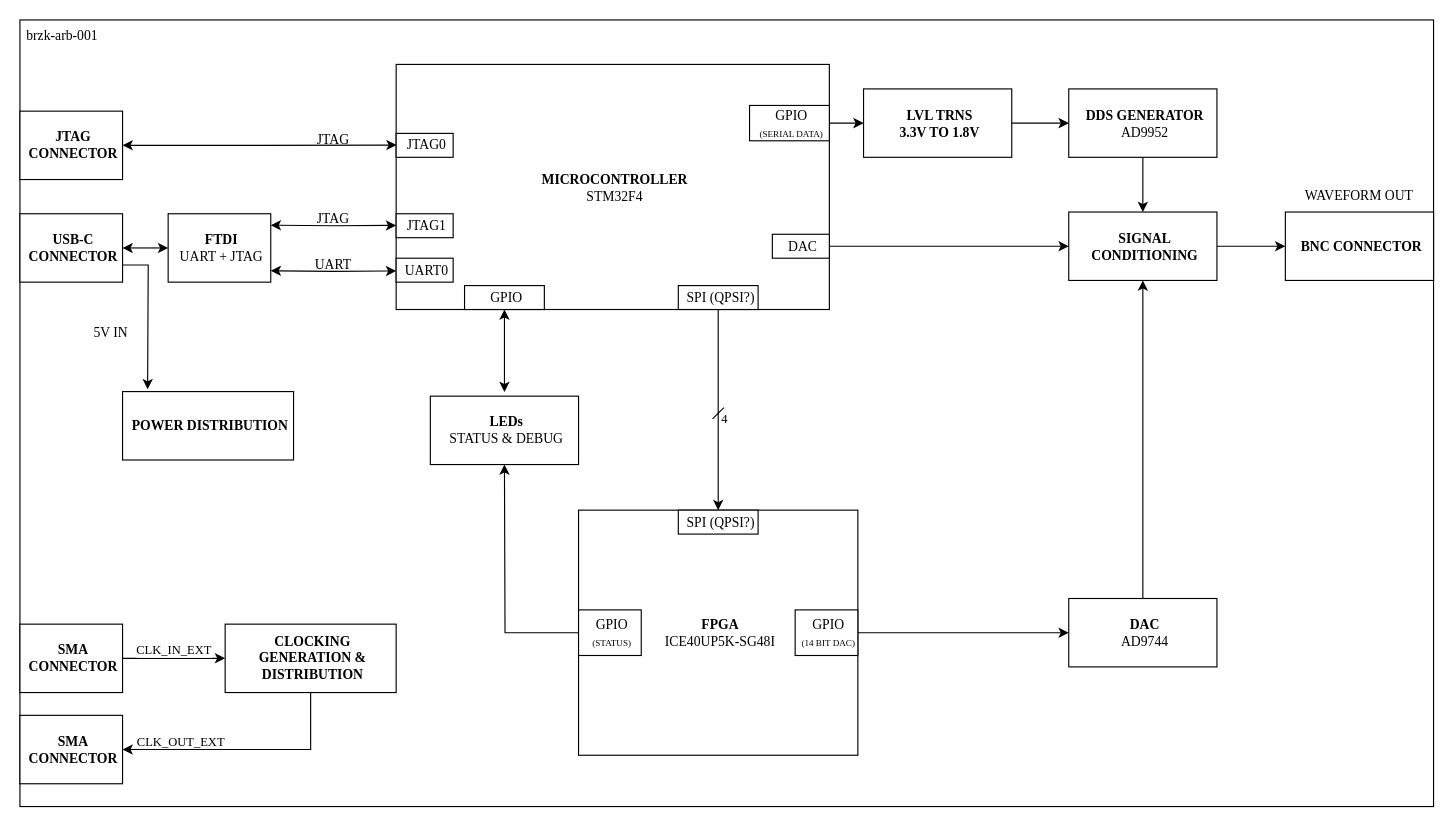
brzyzek/arb keeps this draw.io diagram as page "Hardware Overview" (1 of 4) of 1_hw/01_block_diagram/arb.drawio. Above is the earlier version. Source tidied: cells renumbered, new cells numbered last; positions are measured from the earlier drawing's top-left corner, leaving out a move shared by most shapes. Both pictures are drawn from the tidied source at 114%, with x=0, y=0 at pixel (19, 19).
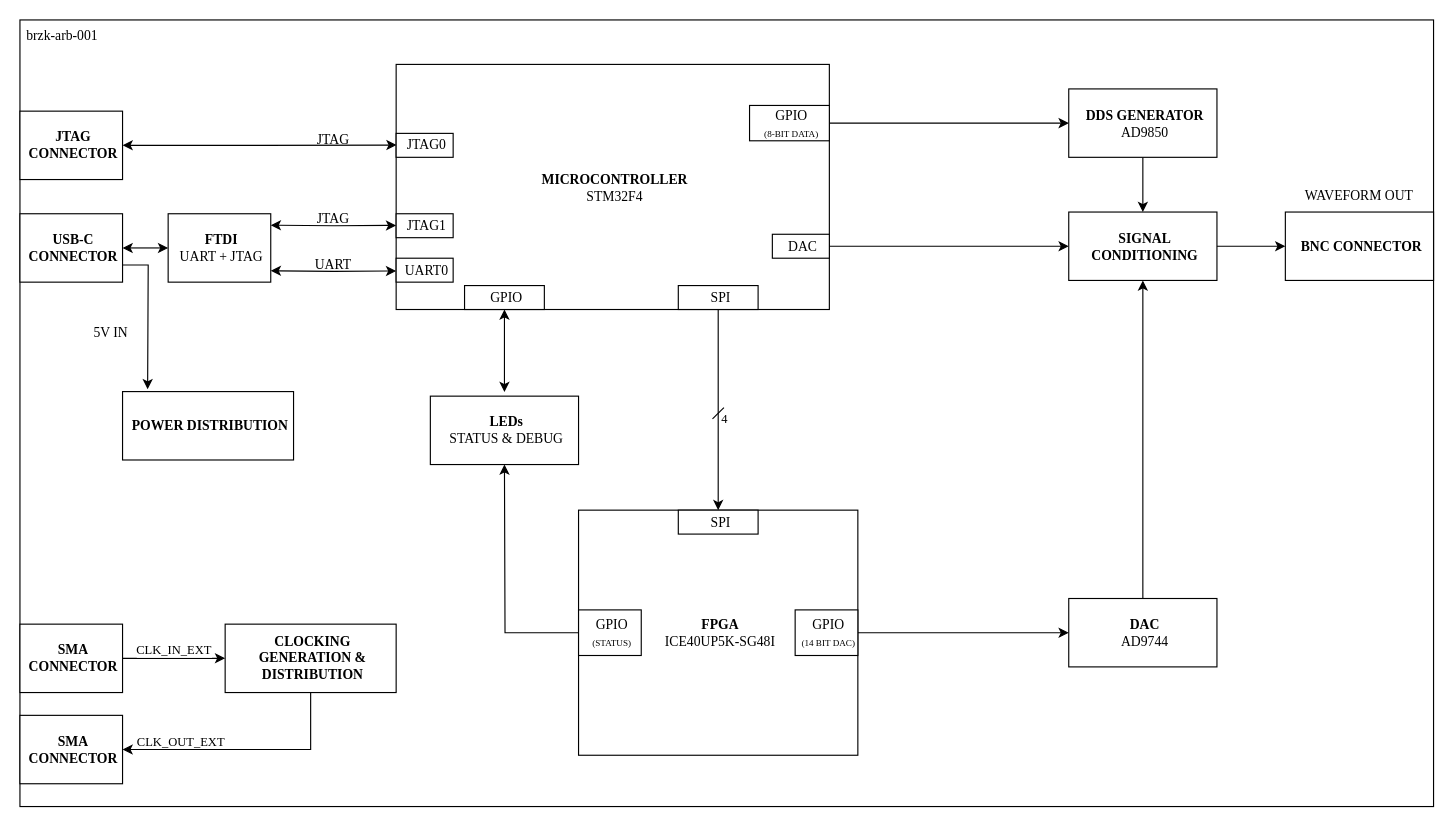
The same diagram, later.

What changed in the source:
```diff
@@
-    <mxCell id="36" value="SPI (QPSI?)" style="rounded=0;whiteSpace=wrap;html=1;align=center;verticalAlign=middle;labelPosition=center;verticalLabelPosition=middle;spacing=2;spacingLeft=4;fontFamily=Times New Roman;fontStyle=0;fontSize=12;" parent="1" vertex="1">
+    <mxCell id="36" value="SPI" style="rounded=0;whiteSpace=wrap;html=1;align=center;verticalAlign=middle;labelPosition=center;verticalLabelPosition=middle;spacing=2;spacingLeft=4;fontFamily=Times New Roman;fontStyle=0;fontSize=12;" parent="1" vertex="1">
       <mxGeometry x="577.5" y="233" width="70" height="21" as="geometry" />
     </mxCell>
-    <mxCell id="37" value="SPI (QPSI?)" style="rounded=0;whiteSpace=wrap;html=1;align=center;verticalAlign=middle;labelPosition=center;verticalLabelPosition=middle;spacing=2;spacingLeft=4;fontFamily=Times New Roman;fontStyle=0;fontSize=12;" parent="1" vertex="1">
+    <mxCell id="37" value="SPI" style="rounded=0;whiteSpace=wrap;html=1;align=center;verticalAlign=middle;labelPosition=center;verticalLabelPosition=middle;spacing=2;spacingLeft=4;fontFamily=Times New Roman;fontStyle=0;fontSize=12;" parent="1" vertex="1">
       <mxGeometry x="577.5" y="430" width="70" height="21" as="geometry" />
     </mxCell>
@@
-    <mxCell id="43" value="&lt;b&gt;DDS GENERATOR&lt;/b&gt;&lt;div&gt;AD9952&lt;/div&gt;" style="rounded=0;whiteSpace=wrap;html=1;align=center;verticalAlign=middle;labelPosition=center;verticalLabelPosition=middle;spacing=2;spacingLeft=4;fontFamily=Times New Roman;" parent="1" vertex="1">
+    <mxCell id="43" value="&lt;b&gt;DDS GENERATOR&lt;/b&gt;&lt;div&gt;AD9850&lt;/div&gt;" style="rounded=0;whiteSpace=wrap;html=1;align=center;verticalAlign=middle;labelPosition=center;verticalLabelPosition=middle;spacing=2;spacingLeft=4;fontFamily=Times New Roman;" parent="1" vertex="1">
       <mxGeometry x="920" y="60.5" width="130" height="60" as="geometry" />
     </mxCell>
-    <mxCell id="44" style="edgeStyle=orthogonalEdgeStyle;rounded=0;jettySize=auto;html=1;" parent="1" edge="1" source="45" target="53">
+    <mxCell id="44" style="edgeStyle=orthogonalEdgeStyle;rounded=0;jettySize=auto;html=1;entryX=0;entryY=0.5;entryDx=0;entryDy=0;" parent="1" edge="1" source="45" target="43">
       <mxGeometry relative="1" as="geometry" />
     </mxCell>
-    <mxCell id="45" value="&lt;font style=&quot;&quot;&gt;&lt;span style=&quot;font-size: 12px;&quot;&gt;GPIO &lt;br&gt;&lt;/span&gt;&lt;font style=&quot;font-size: 8px;&quot;&gt;(SERIAL DATA)&lt;/font&gt;&lt;br style=&quot;font-size: 12px;&quot;&gt;&lt;/font&gt;" style="rounded=0;whiteSpace=wrap;html=1;align=center;verticalAlign=middle;labelPosition=center;verticalLabelPosition=middle;spacing=2;spacingLeft=4;fontFamily=Times New Roman;fontStyle=0;fontSize=12;" parent="1" vertex="1">
+    <mxCell id="45" value="&lt;font style=&quot;&quot;&gt;&lt;span style=&quot;font-size: 12px;&quot;&gt;GPIO &lt;br&gt;&lt;/span&gt;&lt;font style=&quot;font-size: 8px;&quot;&gt;(8-BIT DATA)&lt;/font&gt;&lt;br style=&quot;font-size: 12px;&quot;&gt;&lt;/font&gt;" style="rounded=0;whiteSpace=wrap;html=1;align=center;verticalAlign=middle;labelPosition=center;verticalLabelPosition=middle;spacing=2;spacingLeft=4;fontFamily=Times New Roman;fontStyle=0;fontSize=12;" parent="1" vertex="1">
       <mxGeometry x="640" y="75" width="70" height="31" as="geometry" />
     </mxCell>
@@
-    <mxCell id="52" style="edgeStyle=orthogonalEdgeStyle;rounded=0;jettySize=auto;html=1;" parent="1" edge="1" source="53" target="43">
-      <mxGeometry relative="1" as="geometry" />
-    </mxCell>
-    <mxCell id="53" value="&lt;b&gt;LVL TRNS&lt;/b&gt;&lt;div&gt;&lt;b&gt;3.3V TO 1.8V&lt;/b&gt;&lt;/div&gt;" style="rounded=0;whiteSpace=wrap;html=1;align=center;verticalAlign=middle;labelPosition=center;verticalLabelPosition=middle;spacing=2;spacingLeft=4;fontFamily=Times New Roman;" parent="1" vertex="1">
-      <mxGeometry x="740" y="60.5" width="130" height="60" as="geometry" />
-    </mxCell>
```
